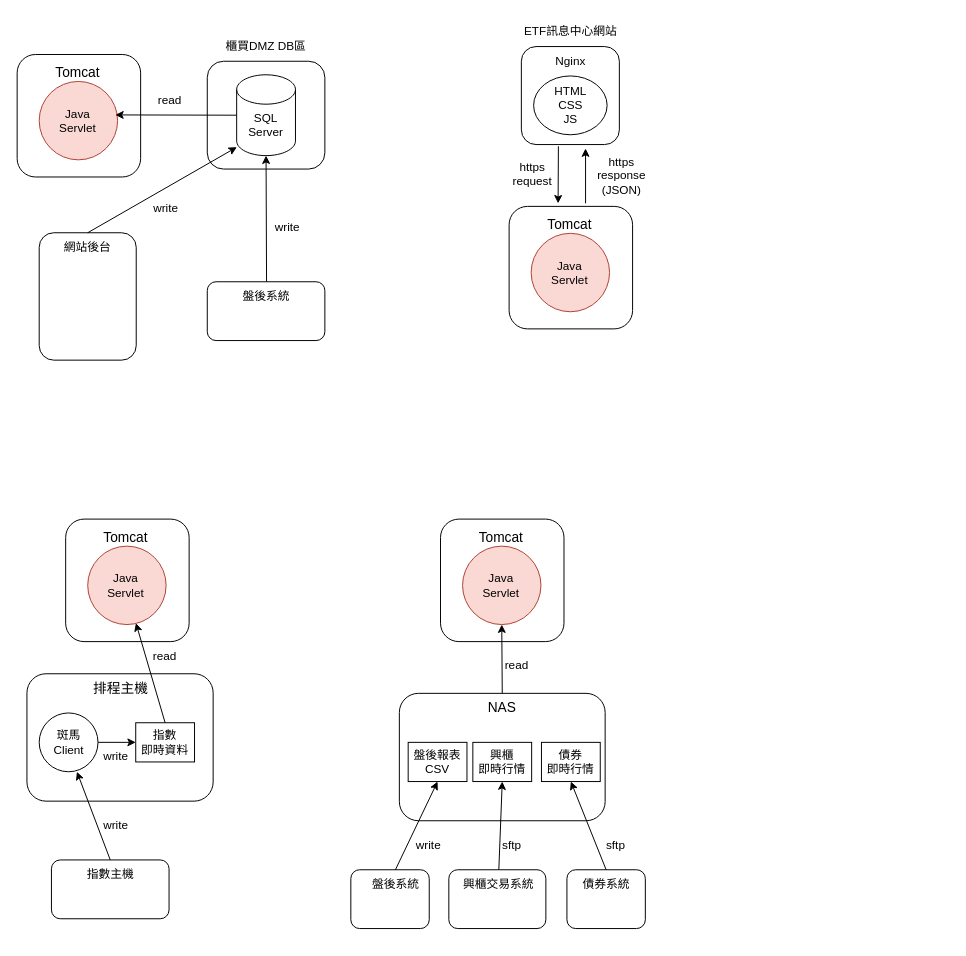
Earlier version of the draw.io diagram page "第 2 页" (2 of 5) of 期末報告/網站架構.drawio (shih33/java_atguigu). Source tidied: cells renumbered, new cells numbered last; positions are measured from the earlier drawing's top-left corner, leaving out a move shared by most shapes. Both pictures are drawn from the tidied source at 98%, with x=0, y=0 at pixel (17, 17).
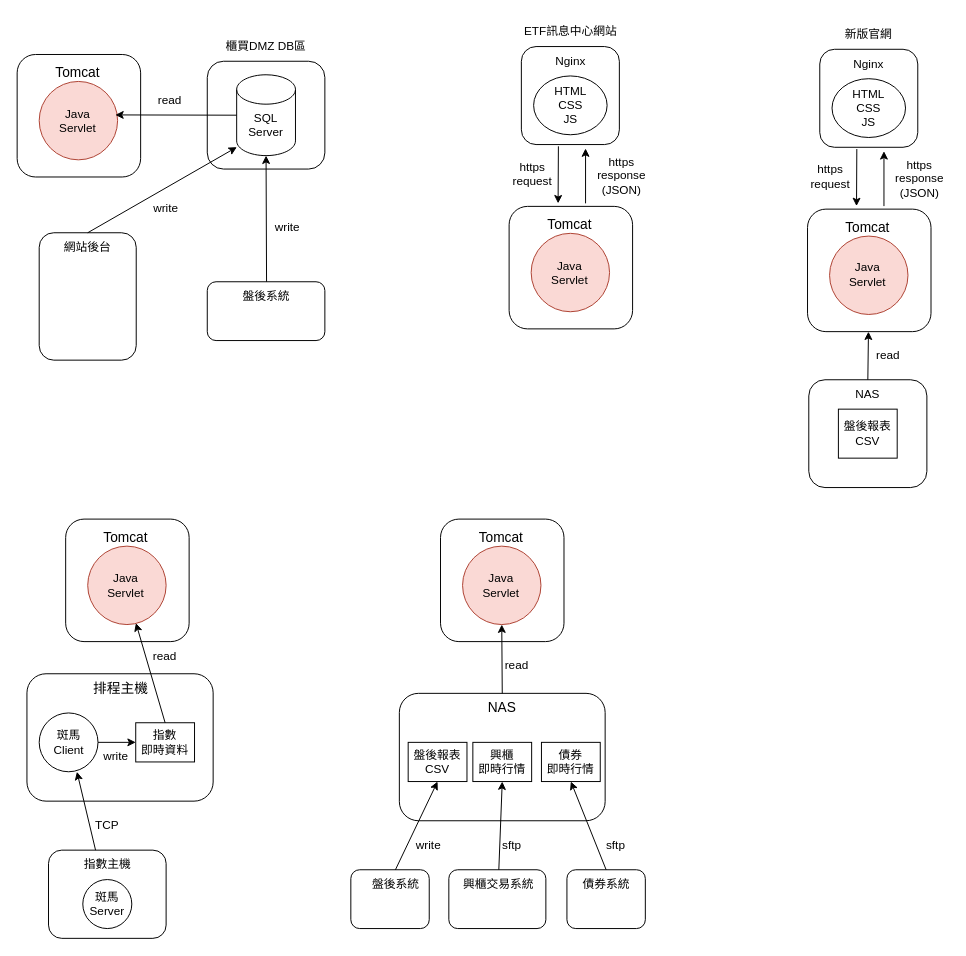
After the change.

Change to the diagram source:
```diff
@@
     <mxCell id="22" style="rounded=1;whiteSpace=wrap;html=1;" parent="1" vertex="1">
-      <mxGeometry x="35" y="860" width="120" height="60" as="geometry" />
+      <mxGeometry x="32" y="850" width="120" height="90" as="geometry" />
     </mxCell>
     <mxCell id="23" value="指數主機" style="text;html=1;align=center;verticalAlign=middle;whiteSpace=wrap;rounded=0;" parent="1" vertex="1">
-      <mxGeometry x="49.5" y="860" width="91" height="30" as="geometry" />
+      <mxGeometry x="46.5" y="850" width="91" height="30" as="geometry" />
     </mxCell>
@@
-    <mxCell id="25" style="endArrow=classic;html=1;rounded=0;exitX=0.5;exitY=0;exitDx=0;exitDy=0;" parent="1" edge="1" source="23">
+    <mxCell id="25" style="endArrow=classic;html=1;rounded=0;" parent="1" edge="1">
       <mxGeometry relative="1" as="geometry">
+        <mxPoint x="80" y="850" as="sourcePoint" />
         <mxPoint x="61" y="770" as="targetPoint" />
       </mxGeometry>
     </mxCell>
@@
-    <mxCell id="27" value="writ&lt;span style=&quot;background-color: initial;&quot;&gt;e&lt;/span&gt;" style="text;html=1;align=center;verticalAlign=middle;whiteSpace=wrap;rounded=0;" parent="1" vertex="1">
-      <mxGeometry x="70.5" y="810" width="60" height="30" as="geometry" />
+    <mxCell id="27" value="TCP" style="text;html=1;align=center;verticalAlign=middle;whiteSpace=wrap;rounded=0;" parent="1" vertex="1">
+      <mxGeometry x="61.5" y="810" width="60" height="30" as="geometry" />
     </mxCell>
@@
+    <mxCell id="77" style="rounded=1;whiteSpace=wrap;html=1;" parent="1" vertex="1">
+      <mxGeometry x="819" y="32.8" width="100" height="100" as="geometry" />
+    </mxCell>
+    <mxCell id="78" value="新版官網" style="text;html=1;align=center;verticalAlign=middle;whiteSpace=wrap;rounded=0;" parent="1" vertex="1">
+      <mxGeometry x="814" y="2.8" width="110" height="30" as="geometry" />
+    </mxCell>
+    <mxCell id="79" value="Nginx" style="text;html=1;align=center;verticalAlign=middle;whiteSpace=wrap;rounded=0;" parent="1" vertex="1">
+      <mxGeometry x="839" y="32.8" width="60" height="30" as="geometry" />
+    </mxCell>
+    <mxCell id="80" style="ellipse;whiteSpace=wrap;html=1;" parent="1" vertex="1">
+      <mxGeometry x="831.5" y="62.8" width="75" height="60" as="geometry" />
+    </mxCell>
+    <mxCell id="81" value="HTML&lt;div&gt;CSS&lt;/div&gt;&lt;div&gt;JS&lt;/div&gt;" style="text;html=1;align=center;verticalAlign=middle;whiteSpace=wrap;rounded=0;" parent="1" vertex="1">
+      <mxGeometry x="839" y="67.8" width="60" height="50" as="geometry" />
+    </mxCell>
+    <mxCell id="82" style="rounded=1;whiteSpace=wrap;html=1;" parent="1" vertex="1">
+      <mxGeometry x="806.5" y="195.9" width="126" height="125" as="geometry" />
+    </mxCell>
+    <mxCell id="83" value="&lt;font style=&quot;font-size: 14px;&quot;&gt;Tomcat&lt;/font&gt;" style="text;html=1;align=center;verticalAlign=middle;whiteSpace=wrap;rounded=0;" parent="1" vertex="1">
+      <mxGeometry x="834" y="194.7" width="68" height="40" as="geometry" />
+    </mxCell>
+    <mxCell id="84" style="ellipse;whiteSpace=wrap;html=1;fillColor=#fad9d5;strokeColor=#ae4132;" parent="1" vertex="1">
+      <mxGeometry x="829" y="223.4" width="80" height="80" as="geometry" />
+    </mxCell>
+    <mxCell id="85" value="Java&lt;div&gt;Servlet&lt;/div&gt;" style="text;html=1;align=center;verticalAlign=middle;whiteSpace=wrap;rounded=0;" parent="1" vertex="1">
+      <mxGeometry x="838" y="248.4" width="60" height="30" as="geometry" />
+    </mxCell>
+    <mxCell id="86" value="https&lt;div&gt;request&lt;/div&gt;" style="text;html=1;align=center;verticalAlign=middle;whiteSpace=wrap;rounded=0;" parent="1" vertex="1">
+      <mxGeometry x="800" y="147.8" width="60" height="30" as="geometry" />
+    </mxCell>
+    <mxCell id="87" value="https&lt;div&gt;response&lt;/div&gt;&lt;div&gt;(JSON)&lt;/div&gt;" style="text;html=1;align=center;verticalAlign=middle;whiteSpace=wrap;rounded=0;" parent="1" vertex="1">
+      <mxGeometry x="891" y="139.7" width="60" height="50" as="geometry" />
+    </mxCell>
+    <mxCell id="88" style="endArrow=classic;html=1;rounded=0;" parent="1" edge="1">
+      <mxGeometry relative="1" as="geometry">
+        <mxPoint x="884.5" y="192.8" as="sourcePoint" />
+        <mxPoint x="884.5" y="136.8" as="targetPoint" />
+      </mxGeometry>
+    </mxCell>
+    <mxCell id="89" style="endArrow=classic;html=1;rounded=0;exitX=0.378;exitY=1.018;exitDx=0;exitDy=0;exitPerimeter=0;" parent="1" edge="1" source="77">
+      <mxGeometry relative="1" as="geometry">
+        <mxPoint x="856.5" y="192.8" as="targetPoint" />
+      </mxGeometry>
+    </mxCell>
+    <mxCell id="90" style="rounded=1;whiteSpace=wrap;html=1;" parent="1" vertex="1">
+      <mxGeometry x="807.8" y="370" width="120.5" height="110" as="geometry" />
+    </mxCell>
+    <mxCell id="91" style="endArrow=classic;html=1;rounded=0;exitX=0.5;exitY=0;exitDx=0;exitDy=0;" parent="1" edge="1" source="90" target="82">
+      <mxGeometry relative="1" as="geometry" />
+    </mxCell>
+    <mxCell id="92" value="read" style="text;html=1;align=center;verticalAlign=middle;whiteSpace=wrap;rounded=0;" parent="1" vertex="1">
+      <mxGeometry x="859" y="330" width="60" height="30" as="geometry" />
+    </mxCell>
+    <mxCell id="93" value="NAS" style="text;html=1;align=center;verticalAlign=middle;whiteSpace=wrap;rounded=0;" parent="1" vertex="1">
+      <mxGeometry x="838" y="370" width="60" height="30" as="geometry" />
+    </mxCell>
+    <mxCell id="94" style="rounded=0;whiteSpace=wrap;html=1;" parent="1" vertex="1">
+      <mxGeometry x="838" y="400" width="60" height="50" as="geometry" />
+    </mxCell>
+    <mxCell id="95" value="盤後報表CSV" style="text;html=1;align=center;verticalAlign=middle;whiteSpace=wrap;rounded=0;" parent="1" vertex="1">
+      <mxGeometry x="838" y="410" width="60" height="30" as="geometry" />
+    </mxCell>
+    <mxCell id="96" style="ellipse;whiteSpace=wrap;html=1;" parent="1" vertex="1">
+      <mxGeometry x="67" y="880" width="50" height="50" as="geometry" />
+    </mxCell>
+    <mxCell id="97" value="斑馬&lt;div&gt;Server&lt;/div&gt;" style="text;html=1;align=center;verticalAlign=middle;whiteSpace=wrap;rounded=0;" parent="1" vertex="1">
+      <mxGeometry x="62" y="890" width="60" height="30" as="geometry" />
+    </mxCell>
+    <mxCell id="98" style="endArrow=classic;html=1;rounded=0;exitX=0.32;exitY=0.01;exitDx=0;exitDy=0;exitPerimeter=0;" parent="1" edge="1" source="96">
+      <mxGeometry relative="1" as="geometry">
+        <mxPoint x="83.3" y="880" as="targetPoint" />
+      </mxGeometry>
+    </mxCell>
```
